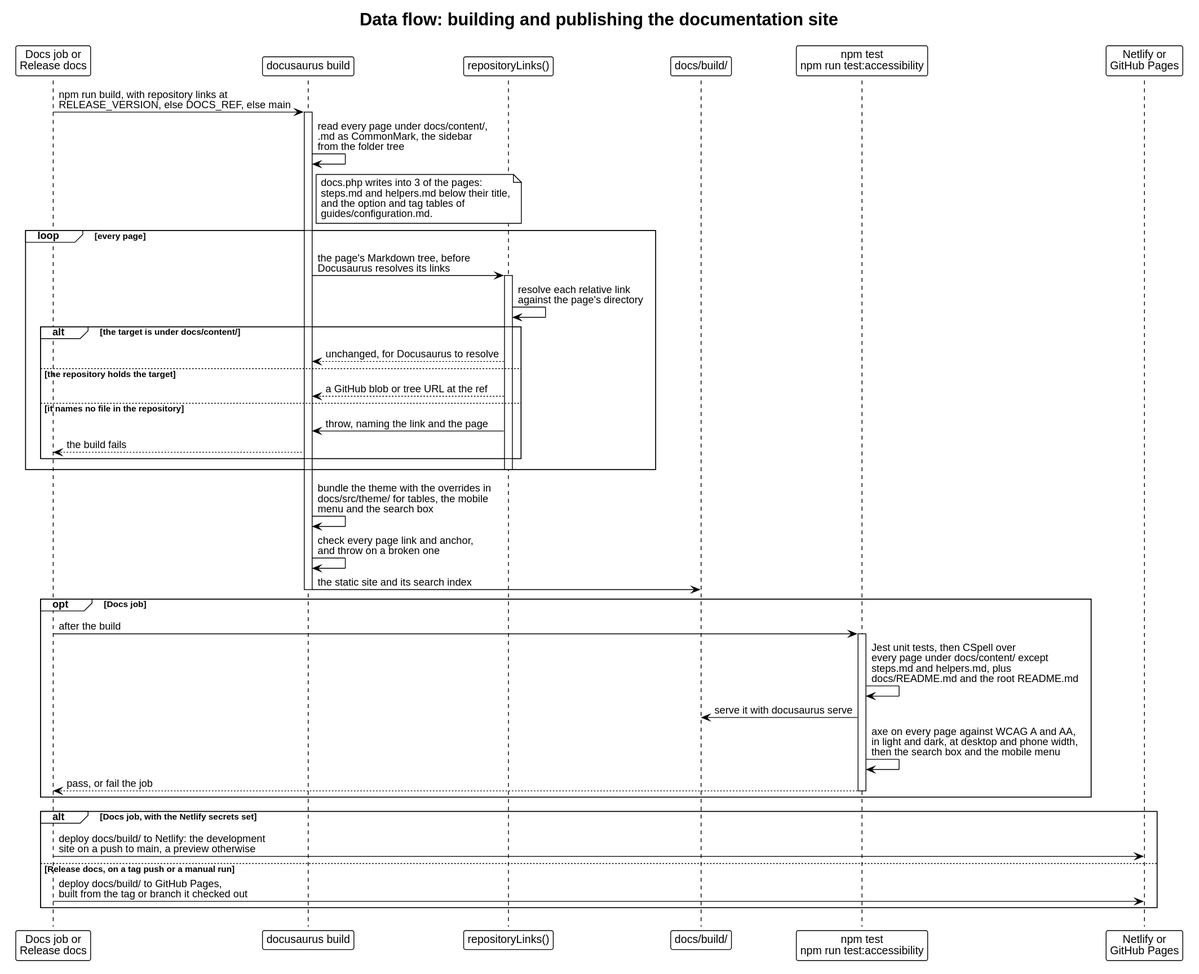
Above: docs/content/architecture/dataflow-docs-site.svg in drevops/behat-steps (PlantUML), before the change.
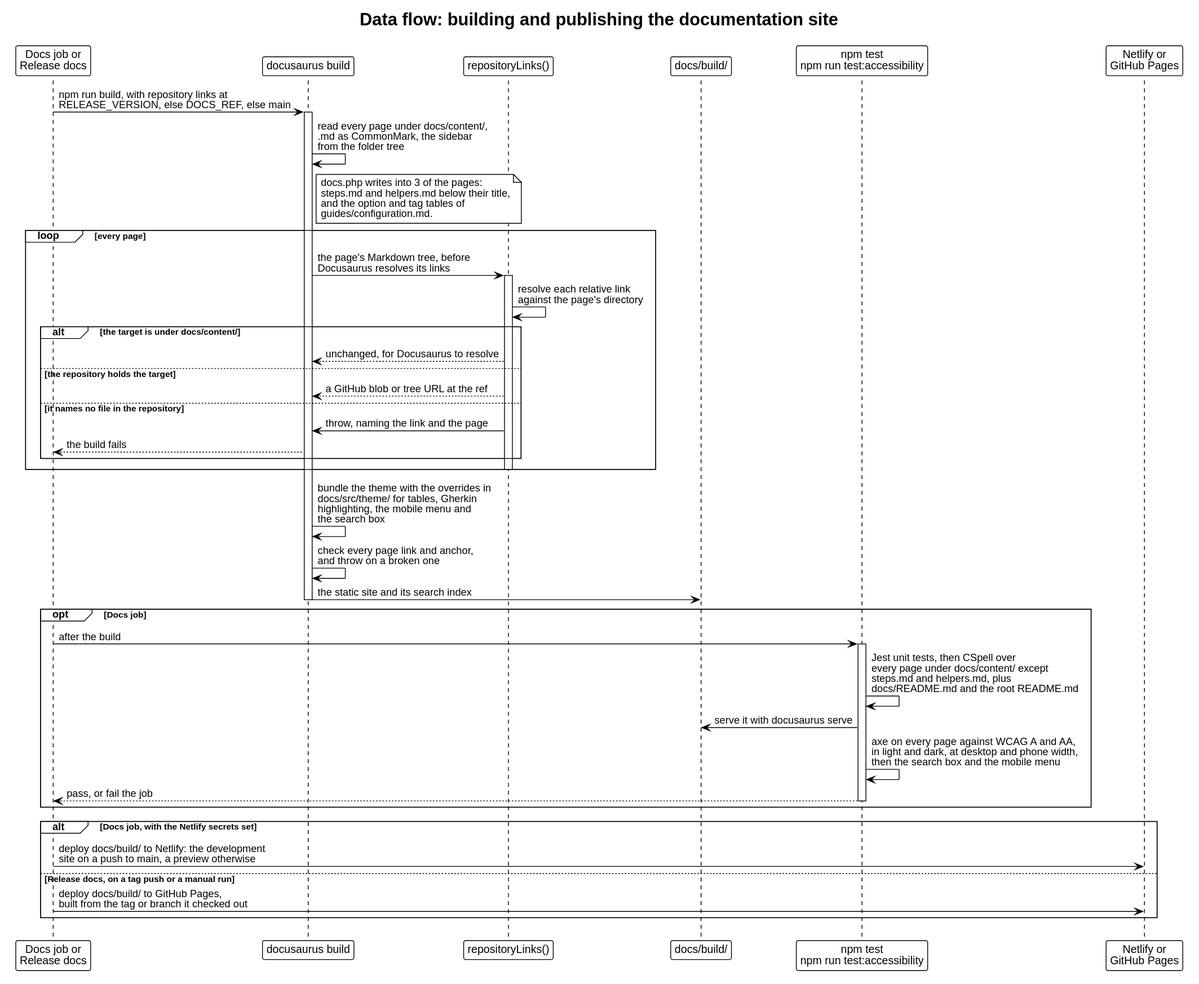
Later version of the same file.

Commit message:
[#1063] Highlighted a Gherkin step keyword at the start of a line on the docs site.

Diff of the diagram source:
```diff
@@ -37,7 +37,7 @@
   deactivate Links
 end
 
-Build -> Build: bundle the theme with the overrides in\ndocs/src/theme/ for tables, the mobile\nmenu and the search box
+Build -> Build: bundle the theme with the overrides in\ndocs/src/theme/ for tables, Gherkin\nhighlighting, the mobile menu and\nthe search box
 Build -> Build: check every page link and anchor,\nand throw on a broken one
 Build -> Out: the static site and its search index
 deactivate Build
```
